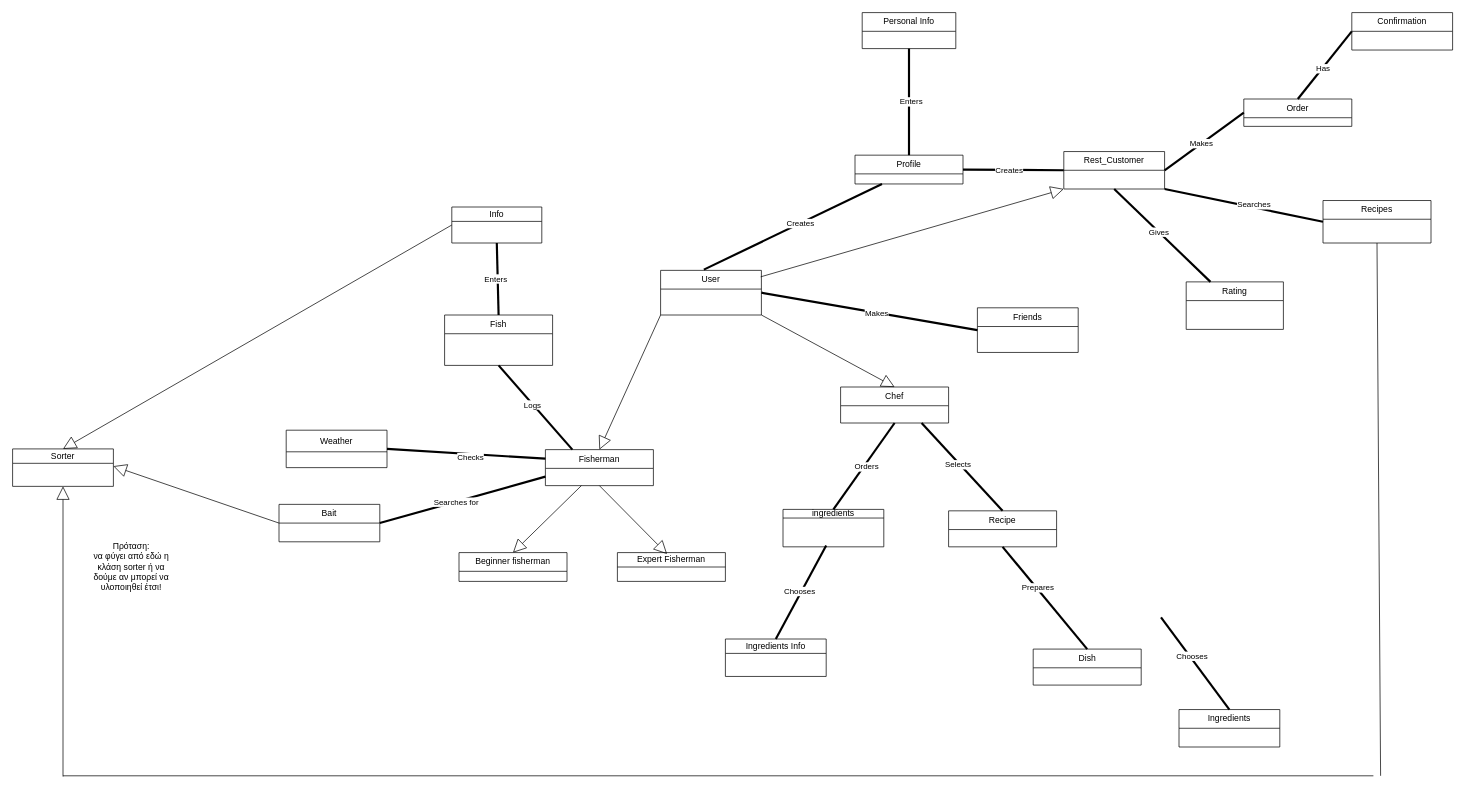
This is domain model - kostas.drawio from TMCEID/SoftEngFishApp, a draw.io file, before an edit. Source tidied: cells renumbered, new cells numbered last; positions are measured from the earlier drawing's top-left corner, leaving out a move shared by most shapes. Both pictures are drawn from the tidied source at 72%, with x=0, y=0 at pixel (12, 12).
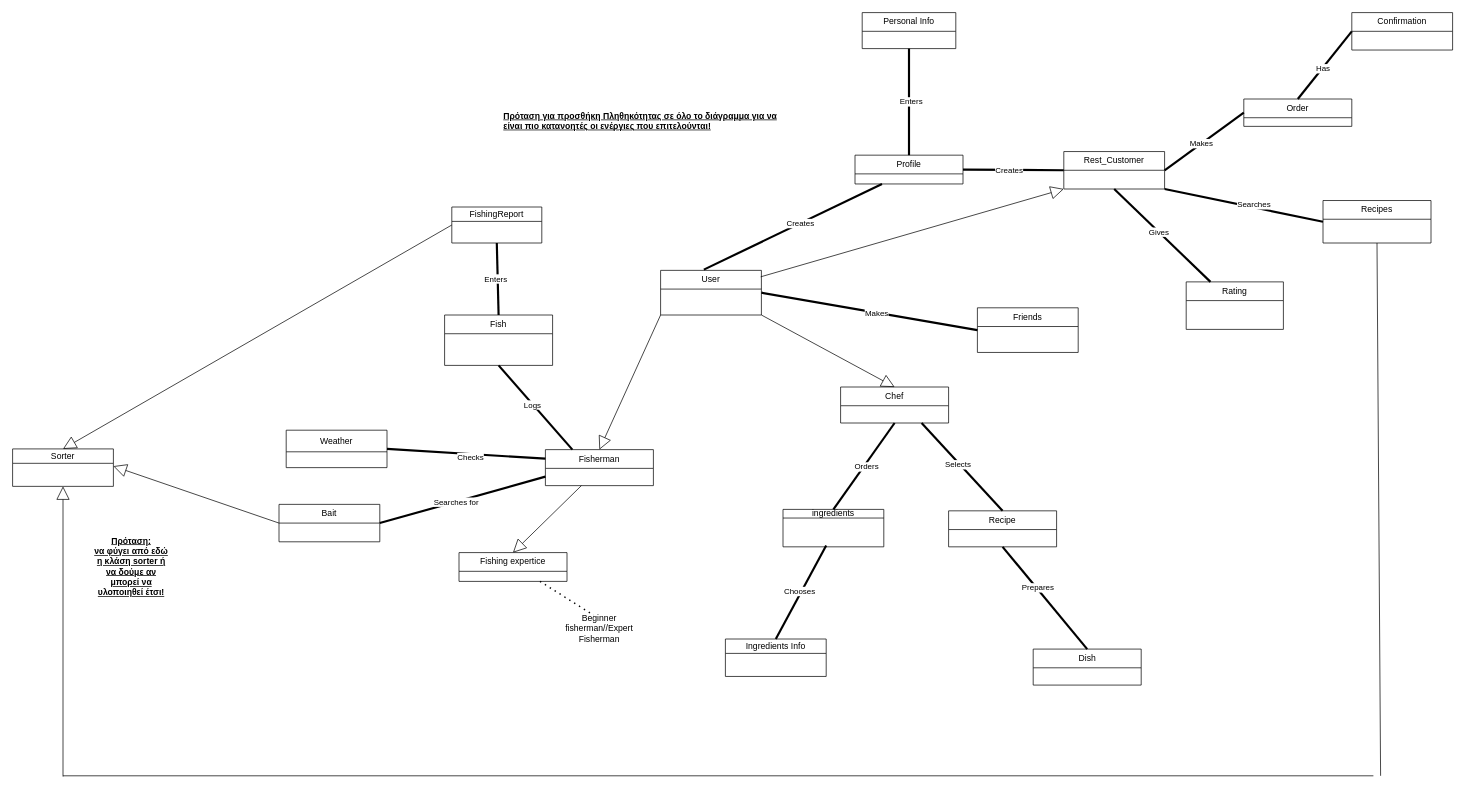
The same page after the edit.

Commit message:
Updated-Domain model - kostas.drawio

The change refers to these unchanged cells:
```xml
<mxCell id="11" value="Fisherman" style="swimlane;fontStyle=0;horizontal=1;startSize=26;fillColor=none;whiteSpace=wrap;html=1;" parent="1" vertex="1">
  <mxGeometry x="740" y="607" width="150" height="50" as="geometry" />
</mxCell>
```

Change to the diagram source:
```diff
@@
-    <mxCell id="13" value="Beginner fisherman" style="swimlane;fontStyle=0;horizontal=1;startSize=26;fillColor=none;whiteSpace=wrap;html=1;" parent="1" vertex="1">
+    <mxCell id="13" value="Fishing expertice" style="swimlane;fontStyle=0;horizontal=1;startSize=26;fillColor=none;whiteSpace=wrap;html=1;" parent="1" vertex="1">
       <mxGeometry x="620" y="750" width="150" height="40" as="geometry" />
     </mxCell>
-    <mxCell id="14" value="Expert Fisherman" style="swimlane;fontStyle=0;horizontal=1;startSize=20;fillColor=none;whiteSpace=wrap;html=1;" parent="1" vertex="1">
-      <mxGeometry x="840" y="750" width="150" height="40" as="geometry" />
-    </mxCell>
@@
-    <mxCell id="36" value="Ingredients" style="swimlane;fontStyle=0;horizontal=1;startSize=26;fillColor=none;whiteSpace=wrap;html=1;" parent="1" vertex="1">
-      <mxGeometry x="1620" y="968" width="140" height="52" as="geometry" />
-    </mxCell>
-    <mxCell id="37" style="endArrow=none;startArrow=none;endFill=0;startFill=0;endSize=8;html=1;verticalAlign=bottom;labelBackgroundColor=none;strokeWidth=3;rounded=0;entryX=0.75;entryY=1;entryDx=0;entryDy=0;exitX=0.5;exitY=0;exitDx=0;exitDy=0;" parent="1" edge="1" source="36">
-      <mxGeometry relative="1" as="geometry">
-        <mxPoint x="1595" y="840" as="targetPoint" />
-      </mxGeometry>
-    </mxCell>
-    <mxCell id="38" value="Chooses" style="edgeLabel;html=1;align=center;verticalAlign=middle;" parent="37" vertex="1">
-      <mxGeometry x="0.14" y="-2" relative="1" as="geometry" />
-    </mxCell>
@@
-    <mxCell id="44" value="Info" style="swimlane;fontStyle=0;horizontal=1;startSize=20;fillColor=none;whiteSpace=wrap;html=1;" parent="1" vertex="1">
+    <mxCell id="44" value="FishingReport" style="swimlane;fontStyle=0;horizontal=1;startSize=20;fillColor=none;whiteSpace=wrap;html=1;" parent="1" vertex="1">
       <mxGeometry x="610" y="270" width="125" height="50" as="geometry" />
     </mxCell>
@@
-    <mxCell id="64" style="endArrow=block;endSize=16;endFill=0;html=1;rounded=0;entryX=0.46;entryY=0.05;entryDx=0;entryDy=0;exitX=0.5;exitY=1;exitDx=0;exitDy=0;entryPerimeter=0;" parent="1" edge="1" source="11" target="14">
-      <mxGeometry relative="1" as="geometry" />
-    </mxCell>
@@
-    <mxCell id="69" value="Πρόταση:&lt;br&gt;να φύγει από εδώ η κλάση sorter ή να δούμε αν μπορεί να υλοποιηθεί έτσι!&lt;div&gt;&lt;br/&gt;&lt;/div&gt;" style="text;html=1;align=center;verticalAlign=middle;whiteSpace=wrap;rounded=0;" parent="1" vertex="1">
+    <mxCell id="69" value="&lt;b&gt;&lt;u&gt;Πρόταση:&lt;br&gt;να φύγει από εδώ η κλάση sorter ή να δούμε αν μπορεί να υλοποιηθεί έτσι!&lt;/u&gt;&lt;/b&gt;&lt;div&gt;&lt;b&gt;&lt;u&gt;&lt;br&gt;&lt;/u&gt;&lt;/b&gt;&lt;/div&gt;" style="text;html=1;align=center;verticalAlign=middle;whiteSpace=wrap;rounded=0;" parent="1" vertex="1">
       <mxGeometry x="110" y="722" width="110" height="110" as="geometry" />
     </mxCell>
+    <mxCell id="70" value="&lt;b&gt;&lt;u&gt;Πρόταση για προσθήκη Πληθηκότητας σε όλο το διάγραμμα για να είναι πιο κατανοητές οι ενέργιες που επιτελούνται!&lt;/u&gt;&lt;/b&gt;" style="text;whiteSpace=wrap;html=1;" parent="1" vertex="1">
+      <mxGeometry x="680" y="130" width="410" height="60" as="geometry" />
+    </mxCell>
+    <mxCell id="71" style="endArrow=none;dashed=1;html=1;dashPattern=1 3;strokeWidth=2;rounded=0;exitX=0.75;exitY=1;exitDx=0;exitDy=0;entryX=0.443;entryY=-0.1;entryDx=0;entryDy=0;entryPerimeter=0;" parent="1" edge="1" source="13" target="72">
+      <mxGeometry relative="1" as="geometry" />
+    </mxCell>
+    <mxCell id="72" value="Beginner fisherman//Expert Fisherman" style="text;html=1;align=center;verticalAlign=middle;whiteSpace=wrap;rounded=0;" parent="1" vertex="1">
+      <mxGeometry x="745" y="840" width="140" height="30" as="geometry" />
+    </mxCell>
```
